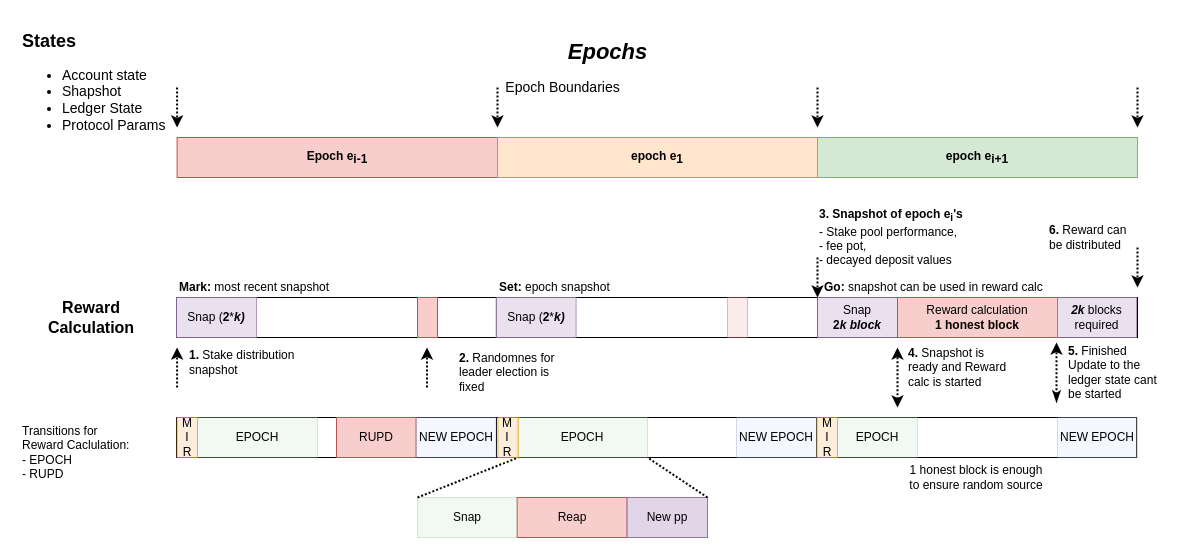
The draw.io diagram diagrams/Transitions_details.drawio in ilap/ShelleyStuffs, before the edit. Source tidied: cells renumbered, new cells numbered last; positions are measured from the earlier drawing's top-left corner, leaving out a move shared by most shapes. Both pictures are drawn from the tidied source at 100%, with x=0, y=0 at pixel (17, 27).
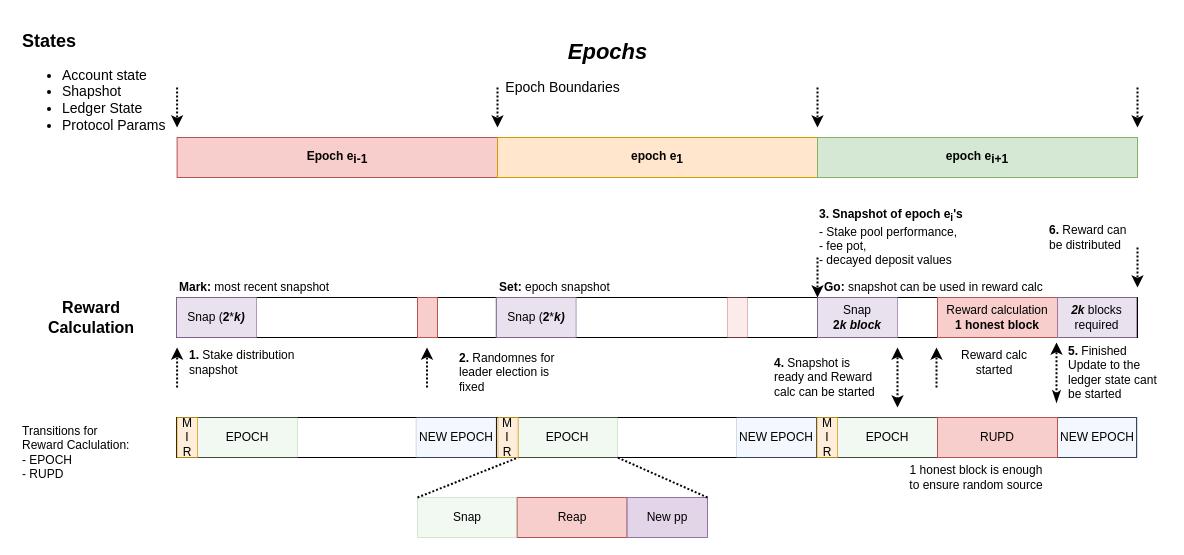
The same page after the edit.

Diff of the diagram source:
```diff
@@
     <mxCell id="31" value="Reward calculation&lt;br&gt;&lt;b&gt;1 honest block&lt;/b&gt;" style="rounded=0;whiteSpace=wrap;html=1;fillColor=#f8cecc;strokeColor=#b85450;" parent="1" vertex="1">
-      <mxGeometry x="880" y="270" width="160" height="40" as="geometry" />
+      <mxGeometry x="920" y="270" width="120" height="40" as="geometry" />
     </mxCell>
@@
-    <mxCell id="34" value="&lt;b&gt;4.&lt;/b&gt; Snapshot is ready and&amp;nbsp;Reward calc is started" style="text;html=1;strokeColor=none;fillColor=none;align=left;verticalAlign=middle;whiteSpace=wrap;rounded=0;fontSize=12;opacity=30;" parent="1" vertex="1">
-      <mxGeometry x="888.6" y="315" width="110" height="50" as="geometry" />
+    <mxCell id="34" value="&lt;b&gt;4.&lt;/b&gt; Snapshot is ready and&amp;nbsp;Reward calc can be started" style="text;html=1;strokeColor=none;fillColor=none;align=left;verticalAlign=middle;whiteSpace=wrap;rounded=0;fontSize=12;opacity=30;" parent="1" vertex="1">
+      <mxGeometry x="754.8" y="325" width="110" height="50" as="geometry" />
     </mxCell>
@@
     <mxCell id="44" value="EPOCH" style="rounded=0;whiteSpace=wrap;html=1;fillColor=#d5e8d4;strokeColor=#82b366;opacity=30;" parent="1" vertex="1">
-      <mxGeometry x="499.6" y="390" width="130.4" height="40" as="geometry" />
+      <mxGeometry x="499.6" y="390" width="100.4" height="40" as="geometry" />
     </mxCell>
     <mxCell id="45" value="EPOCH" style="rounded=0;whiteSpace=wrap;html=1;fillColor=#d5e8d4;strokeColor=#82b366;opacity=30;" parent="1" vertex="1">
-      <mxGeometry x="820" y="390" width="80" height="40" as="geometry" />
+      <mxGeometry x="820" y="390" width="100" height="40" as="geometry" />
     </mxCell>
     <mxCell id="46" value="EPOCH" style="rounded=0;whiteSpace=wrap;html=1;fillColor=#d5e8d4;strokeColor=#82b366;opacity=30;" parent="1" vertex="1">
-      <mxGeometry x="180" y="390" width="120" height="40" as="geometry" />
+      <mxGeometry x="180" y="390" width="100" height="40" as="geometry" />
     </mxCell>
-    <mxCell id="47" value="RUPD" style="rounded=0;whiteSpace=wrap;html=1;fillColor=#f8cecc;strokeColor=#b85450;" parent="1" vertex="1">
-      <mxGeometry x="319" y="390" width="79.6" height="40" as="geometry" />
-    </mxCell>
@@
+    <mxCell id="47" value="RUPD" style="rounded=0;whiteSpace=wrap;html=1;fillColor=#f8cecc;strokeColor=#b85450;" parent="1" vertex="1">
+      <mxGeometry x="920" y="390" width="120" height="40" as="geometry" />
+    </mxCell>
+    <mxCell id="58" style="endArrow=classic;html=1;fontSize=17;strokeWidth=2;dashed=1;dashPattern=1 1;" parent="1" edge="1">
+      <mxGeometry relative="1" as="geometry">
+        <mxPoint x="919" y="360" as="sourcePoint" />
+        <mxPoint x="919" y="320" as="targetPoint" />
+      </mxGeometry>
+    </mxCell>
+    <mxCell id="59" value="Reward calc started" style="text;html=1;strokeColor=none;fillColor=none;align=center;verticalAlign=middle;whiteSpace=wrap;rounded=0;fontSize=12;opacity=70;" parent="1" vertex="1">
+      <mxGeometry x="940" y="322.5" width="73.8" height="25" as="geometry" />
+    </mxCell>
```
